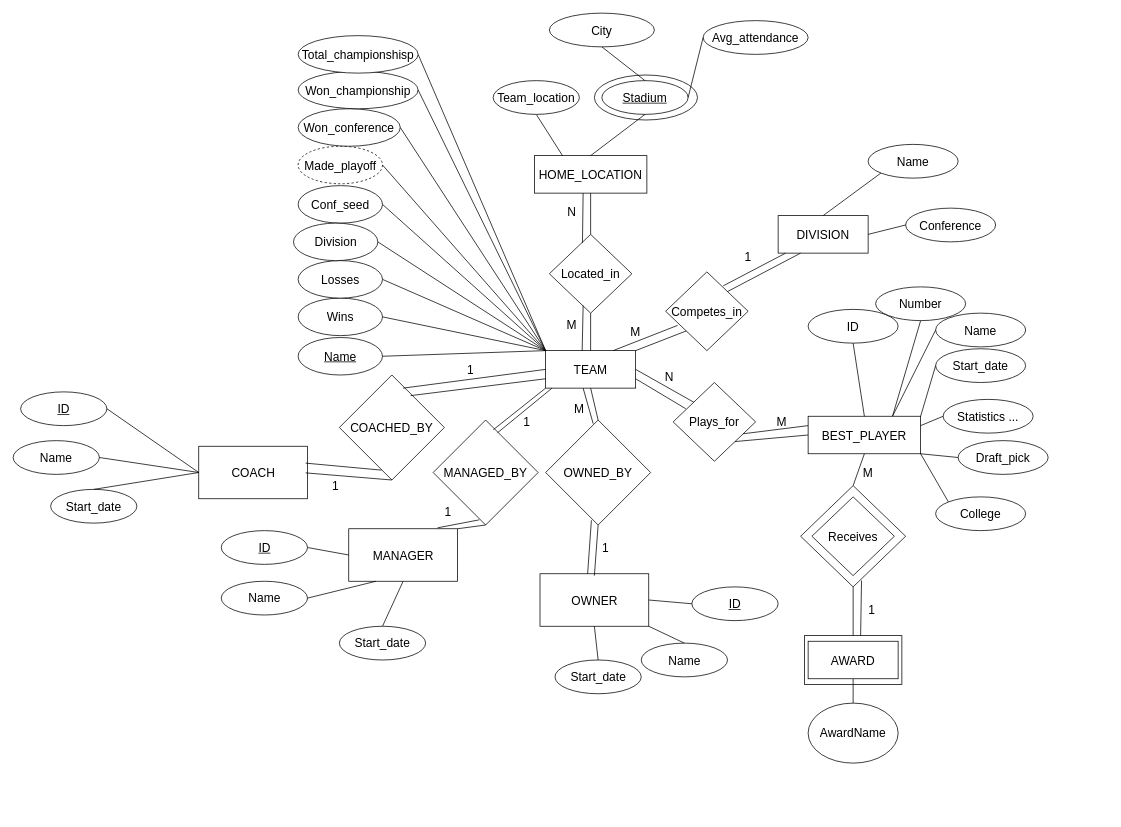
diegomess1908/NBADatabase22-23 keeps this draw.io diagram as Schema/NBA DB.drawio. Above is the earlier version. Source tidied: cells renumbered, new cells numbered last; positions are measured from the earlier drawing's top-left corner, leaving out a move shared by most shapes. Both pictures are drawn from the tidied source at 75%, with x=0, y=0 at pixel (13, 13).
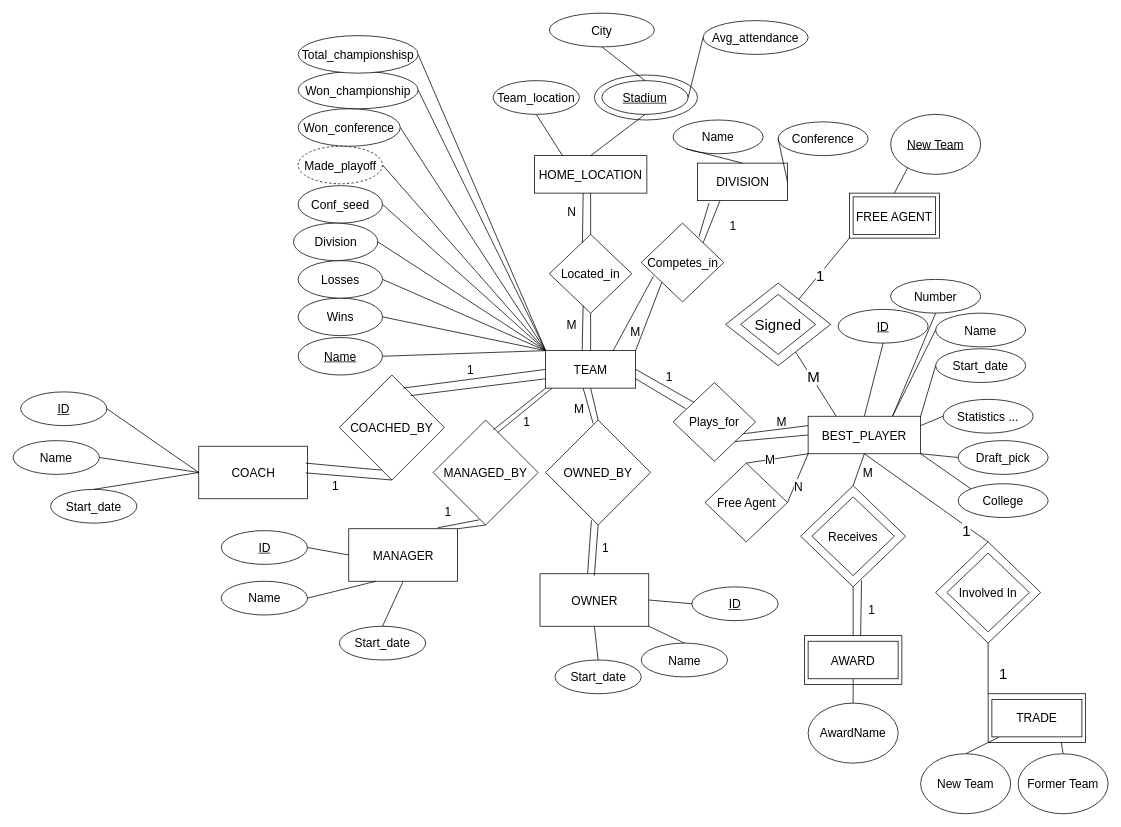
The same page after the edit.

The change refers to these unchanged cells:
```xml
<mxCell id="16" value="&lt;font style=&quot;font-size: 16px&quot;&gt;BEST_PLAYER&lt;/font&gt;" style="rounded=0;whiteSpace=wrap;html=1;" parent="1" vertex="1">
  <mxGeometry x="1060" y="537.5" width="150" height="50" as="geometry" />
</mxCell>
```

Change to the diagram source:
```diff
@@
     <mxCell id="14" value="&lt;font style=&quot;font-size: 16px;&quot;&gt;DIVISION&lt;/font&gt;" style="rounded=0;whiteSpace=wrap;html=1;" parent="1" vertex="1">
-      <mxGeometry x="1020" y="270" width="120" height="50" as="geometry" />
+      <mxGeometry x="912.5" y="200" width="120" height="50" as="geometry" />
     </mxCell>
@@
+    <mxCell id="125" style="edgeStyle=none;html=1;exitX=0;exitY=1;exitDx=0;exitDy=0;entryX=0.5;entryY=0;entryDx=0;entryDy=0;fontSize=16;endArrow=none;endFill=0;" parent="1" edge="1" source="16" target="151">
+      <mxGeometry relative="1" as="geometry" />
+    </mxCell>
+    <mxCell id="126" value="M" style="edgeLabel;html=1;align=center;verticalAlign=middle;fontSize=16;" parent="125" vertex="1">
+      <mxGeometry x="0.25" y="-1" relative="1" as="geometry" />
+    </mxCell>
@@
     <mxCell id="18" value="Competes_in" style="rhombus;whiteSpace=wrap;html=1;fontSize=16;" parent="1" vertex="1">
-      <mxGeometry x="870" y="345" width="110" height="105" as="geometry" />
+      <mxGeometry x="837.5" y="280" width="110" height="105" as="geometry" />
     </mxCell>
@@
-    <mxCell id="52" value="N" style="text;html=1;strokeColor=none;fillColor=none;align=center;verticalAlign=middle;whiteSpace=wrap;rounded=0;fontSize=16;" parent="1" vertex="1">
+    <mxCell id="52" value="1" style="text;html=1;strokeColor=none;fillColor=none;align=center;verticalAlign=middle;whiteSpace=wrap;rounded=0;fontSize=16;" parent="1" vertex="1">
       <mxGeometry x="845" y="470" width="60" height="30" as="geometry" />
     </mxCell>
@@
-    <mxCell id="56" style="endArrow=none;html=1;rounded=0;fontSize=16;exitX=0.699;exitY=0.177;exitDx=0;exitDy=0;exitPerimeter=0;" parent="1" edge="1" source="18">
-      <mxGeometry relative="1" as="geometry">
-        <mxPoint x="1030" y="320" as="targetPoint" />
-      </mxGeometry>
+    <mxCell id="56" style="endArrow=none;html=1;rounded=0;fontSize=16;exitX=0.699;exitY=0.177;exitDx=0;exitDy=0;exitPerimeter=0;entryX=0.128;entryY=1.063;entryDx=0;entryDy=0;entryPerimeter=0;" parent="1" edge="1" source="18" target="14">
+      <mxGeometry relative="1" as="geometry" />
     </mxCell>
@@
     <mxCell id="60" value="1" style="text;html=1;strokeColor=none;fillColor=none;align=center;verticalAlign=middle;whiteSpace=wrap;rounded=0;fontSize=16;" parent="1" vertex="1">
-      <mxGeometry x="950" y="310" width="60" height="30" as="geometry" />
+      <mxGeometry x="930" y="267.5" width="60" height="30" as="geometry" />
     </mxCell>
@@
     <mxCell id="90" value="Name" style="ellipse;whiteSpace=wrap;html=1;fontSize=16;" parent="1" vertex="1">
-      <mxGeometry x="1140" y="175" width="120" height="45" as="geometry" />
+      <mxGeometry x="880" y="142.5" width="120" height="45" as="geometry" />
     </mxCell>
     <mxCell id="91" value="Conference" style="ellipse;whiteSpace=wrap;html=1;fontSize=16;" parent="1" vertex="1">
-      <mxGeometry x="1190" y="260" width="120" height="45" as="geometry" />
+      <mxGeometry x="1020" y="145" width="120" height="45" as="geometry" />
     </mxCell>
@@
-    <mxCell id="108" value="ID" style="ellipse;whiteSpace=wrap;html=1;fontSize=16;" parent="1" vertex="1">
-      <mxGeometry x="1060" y="395" width="120" height="45" as="geometry" />
+    <mxCell id="108" value="&lt;u&gt;ID&lt;/u&gt;" style="ellipse;whiteSpace=wrap;html=1;fontSize=16;" parent="1" vertex="1">
+      <mxGeometry x="1100" y="395" width="120" height="45" as="geometry" />
     </mxCell>
@@
     <mxCell id="110" value="Number" style="ellipse;whiteSpace=wrap;html=1;fontSize=16;" parent="1" vertex="1">
-      <mxGeometry x="1150" y="365" width="120" height="45" as="geometry" />
+      <mxGeometry x="1170" y="355" width="120" height="45" as="geometry" />
     </mxCell>
@@
     <mxCell id="114" value="College" style="ellipse;whiteSpace=wrap;html=1;fontSize=16;" parent="1" vertex="1">
-      <mxGeometry x="1230" y="645" width="120" height="45" as="geometry" />
+      <mxGeometry x="1260" y="627.5" width="120" height="45" as="geometry" />
     </mxCell>
@@
+    <mxCell id="127" style="edgeStyle=none;html=1;exitX=0.5;exitY=0;exitDx=0;exitDy=0;entryX=0.5;entryY=1;entryDx=0;entryDy=0;endArrow=none;endFill=0;" parent="1" edge="1" source="131" target="16">
+      <mxGeometry relative="1" as="geometry" />
+    </mxCell>
+    <mxCell id="128" value="&lt;font style=&quot;font-size: 20px&quot;&gt;1&lt;/font&gt;" style="edgeLabel;html=1;align=center;verticalAlign=middle;" parent="127" vertex="1">
+      <mxGeometry x="-0.67" y="5" relative="1" as="geometry" />
+    </mxCell>
+    <mxCell id="129" value="Involved In" style="rhombus;whiteSpace=wrap;html=1;fontSize=16;" parent="1" vertex="1">
+      <mxGeometry x="1245" y="720" width="110" height="105" as="geometry" />
+    </mxCell>
+    <mxCell id="130" style="edgeStyle=none;html=1;exitX=0.5;exitY=1;exitDx=0;exitDy=0;entryX=0;entryY=0;entryDx=0;entryDy=0;endArrow=none;endFill=0;" parent="1" edge="1" source="131" target="132">
+      <mxGeometry relative="1" as="geometry" />
+    </mxCell>
+    <mxCell id="131" style="rhombus;whiteSpace=wrap;html=1;fontSize=16;fillColor=none;" parent="1" vertex="1">
+      <mxGeometry x="1230" y="705" width="140" height="135" as="geometry" />
+    </mxCell>
+    <mxCell id="132" style="rounded=0;whiteSpace=wrap;html=1;fontSize=16;" parent="1" vertex="1">
+      <mxGeometry x="1300" y="907.5" width="130" height="65" as="geometry" />
+    </mxCell>
+    <mxCell id="133" style="edgeStyle=none;html=1;entryX=0.5;entryY=0;entryDx=0;entryDy=0;fontSize=16;endArrow=none;endFill=0;" parent="1" edge="1" source="134" target="135">
+      <mxGeometry relative="1" as="geometry" />
+    </mxCell>
+    <mxCell id="134" value="&lt;font style=&quot;font-size: 16px&quot;&gt;TRADE&lt;/font&gt;" style="rounded=0;whiteSpace=wrap;html=1;" parent="1" vertex="1">
+      <mxGeometry x="1305" y="915" width="120" height="50" as="geometry" />
+    </mxCell>
+    <mxCell id="135" value="New Team" style="ellipse;whiteSpace=wrap;html=1;fontSize=16;" parent="1" vertex="1">
+      <mxGeometry x="1210" y="987.5" width="120" height="80" as="geometry" />
+    </mxCell>
+    <mxCell id="136" style="edgeStyle=none;html=1;exitX=0.5;exitY=0;exitDx=0;exitDy=0;entryX=0.75;entryY=1;entryDx=0;entryDy=0;endArrow=none;endFill=0;" parent="1" edge="1" source="137" target="132">
+      <mxGeometry relative="1" as="geometry" />
+    </mxCell>
+    <mxCell id="137" value="Former Team" style="ellipse;whiteSpace=wrap;html=1;fontSize=16;" parent="1" vertex="1">
+      <mxGeometry x="1340" y="987.5" width="120" height="80" as="geometry" />
+    </mxCell>
+    <mxCell id="138" value="1" style="text;html=1;align=center;verticalAlign=middle;strokeColor=none;fillColor=none;fontSize=20;" parent="1" vertex="1">
+      <mxGeometry x="1305" y="865" width="30" height="30" as="geometry" />
+    </mxCell>
+    <mxCell id="139" style="edgeStyle=none;html=1;entryX=0.25;entryY=0;entryDx=0;entryDy=0;fontSize=20;endArrow=none;endFill=0;" parent="1" edge="1" source="143" target="16">
+      <mxGeometry relative="1" as="geometry" />
+    </mxCell>
+    <mxCell id="140" value="M" style="edgeLabel;html=1;align=center;verticalAlign=middle;fontSize=20;" parent="139" vertex="1">
+      <mxGeometry x="-0.24" y="3" relative="1" as="geometry" />
+    </mxCell>
+    <mxCell id="141" style="edgeStyle=none;html=1;fontSize=20;endArrow=none;endFill=0;entryX=0;entryY=1;entryDx=0;entryDy=0;" parent="1" edge="1" source="143" target="145">
+      <mxGeometry relative="1" as="geometry" />
+    </mxCell>
+    <mxCell id="142" value="1" style="edgeLabel;html=1;align=center;verticalAlign=middle;fontSize=20;" parent="141" vertex="1">
+      <mxGeometry x="-0.21" relative="1" as="geometry">
+        <mxPoint x="1" as="offset" />
+      </mxGeometry>
+    </mxCell>
+    <mxCell id="143" value="Signed" style="rhombus;whiteSpace=wrap;html=1;fontSize=20;fillColor=default;" parent="1" vertex="1">
+      <mxGeometry x="950" y="360" width="140" height="110" as="geometry" />
+    </mxCell>
+    <mxCell id="144" style="rhombus;whiteSpace=wrap;html=1;fontSize=20;fillColor=none;" parent="1" vertex="1">
+      <mxGeometry x="970" y="375" width="100" height="80" as="geometry" />
+    </mxCell>
+    <mxCell id="145" style="rounded=0;whiteSpace=wrap;html=1;fontSize=20;fillColor=none;" parent="1" vertex="1">
+      <mxGeometry x="1115" y="240" width="120" height="60" as="geometry" />
+    </mxCell>
+    <mxCell id="146" value="&lt;font style=&quot;font-size: 16px&quot;&gt;FREE AGENT&lt;/font&gt;" style="rounded=0;whiteSpace=wrap;html=1;fontSize=20;fillColor=default;" parent="1" vertex="1">
+      <mxGeometry x="1120" y="245" width="110" height="50" as="geometry" />
+    </mxCell>
+    <mxCell id="147" style="edgeStyle=none;html=1;entryX=0.5;entryY=0;entryDx=0;entryDy=0;fontSize=16;endArrow=none;endFill=0;exitX=0.5;exitY=0;exitDx=0;exitDy=0;" parent="1" edge="1" source="145" target="148">
+      <mxGeometry relative="1" as="geometry" />
+    </mxCell>
+    <mxCell id="148" value="&lt;u&gt;New Team&lt;/u&gt;" style="ellipse;whiteSpace=wrap;html=1;fontSize=16;" parent="1" vertex="1">
+      <mxGeometry x="1170" y="135" width="120" height="80" as="geometry" />
+    </mxCell>
+    <mxCell id="149" style="edgeStyle=none;html=1;exitX=1;exitY=0.5;exitDx=0;exitDy=0;entryX=0;entryY=1;entryDx=0;entryDy=0;fontSize=16;endArrow=none;endFill=0;" parent="1" edge="1" source="151" target="16">
+      <mxGeometry relative="1" as="geometry" />
+    </mxCell>
+    <mxCell id="150" value="N" style="edgeLabel;html=1;align=center;verticalAlign=middle;fontSize=16;" parent="149" vertex="1">
+      <mxGeometry x="-0.27" y="-4" relative="1" as="geometry" />
+    </mxCell>
+    <mxCell id="151" value="Free Agent" style="rhombus;whiteSpace=wrap;html=1;fontSize=16;" parent="1" vertex="1">
+      <mxGeometry x="922.5" y="600" width="110" height="105" as="geometry" />
+    </mxCell>
```
